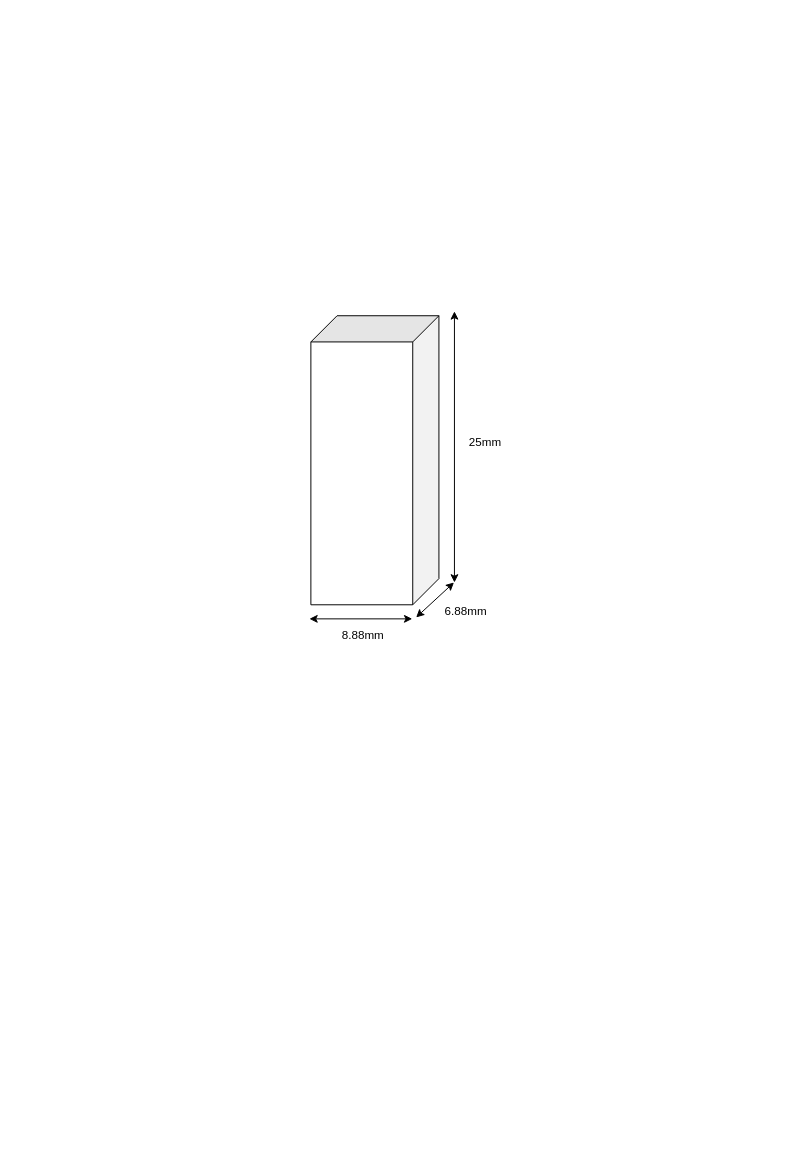
The draw.io diagram S331_MAGNET.drawio in svija/pubsub, before the edit. Source tidied: cells renumbered, new cells numbered last; positions are measured from the earlier drawing's top-left corner, leaving out a move shared by most shapes. Both pictures are drawn from the tidied source at 97%, with x=0, y=0 at pixel (230, 311).
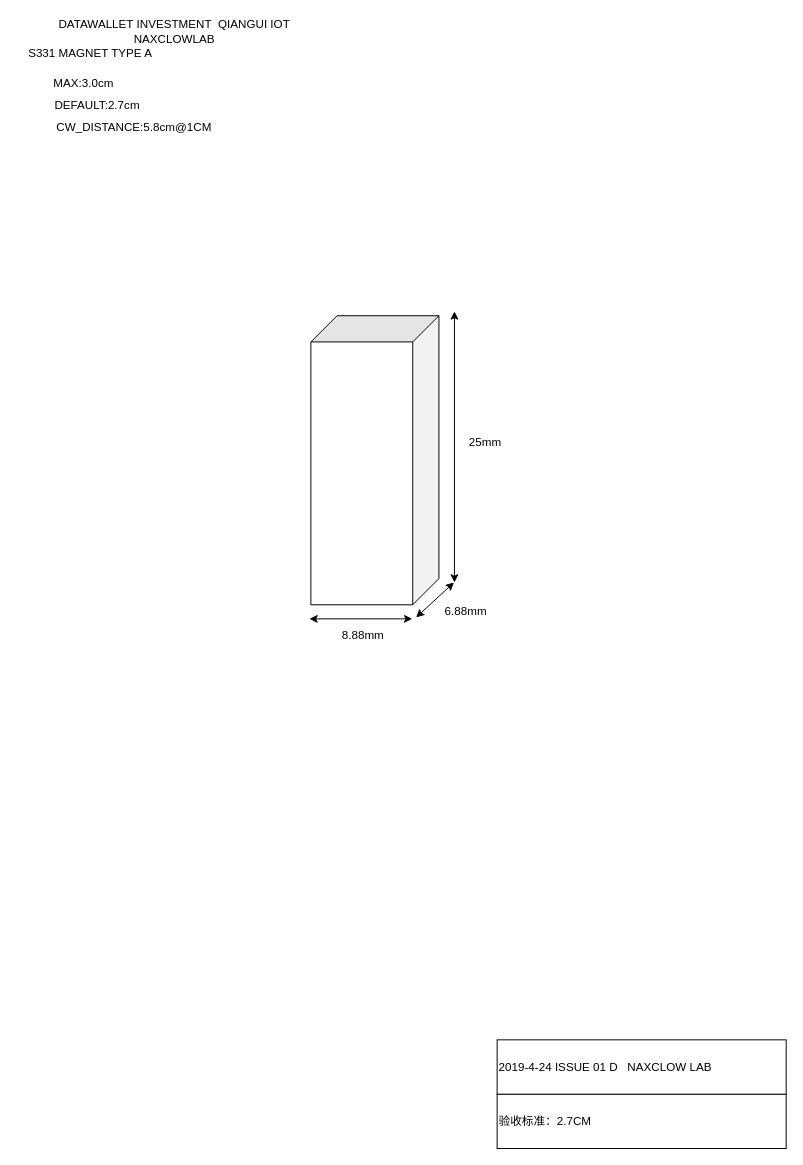
The same page after the edit.

Change to the diagram source:
```diff
@@
 <mxGraphModel background="#ffffff">
   <root>
     <mxCell id="0" />
     <mxCell id="1" parent="0" />
     <mxCell id="2" style="shape=cube;whiteSpace=wrap;html=1;boundedLbl=1;backgroundOutline=1;darkOpacity=0.05;darkOpacity2=0.1;rotation=90;size=27;" parent="1" vertex="1">
       <mxGeometry y="87" width="298" height="132" as="geometry" />
     </mxCell>
     <mxCell id="3" style="endArrow=classic;startArrow=classic;html=1;" parent="1" edge="1">
       <mxGeometry relative="1" as="geometry">
         <mxPoint x="81.5" y="316.5" as="sourcePoint" />
         <mxPoint x="187.5" y="316.5" as="targetPoint" />
       </mxGeometry>
     </mxCell>
     <mxCell id="4" style="endArrow=classic;startArrow=classic;html=1;" parent="1" edge="1">
       <mxGeometry relative="1" as="geometry">
         <mxPoint x="191.5" y="315" as="sourcePoint" />
         <mxPoint x="230.5" y="279" as="targetPoint" />
       </mxGeometry>
     </mxCell>
     <mxCell id="5" style="endArrow=classic;startArrow=classic;html=1;" parent="1" edge="1">
       <mxGeometry relative="1" as="geometry">
         <mxPoint x="231" y="279" as="sourcePoint" />
         <mxPoint x="231" y="-0.5" as="targetPoint" />
       </mxGeometry>
     </mxCell>
     <mxCell id="6" value="8.88mm" style="text;html=1;strokeColor=none;fillColor=none;align=center;verticalAlign=middle;whiteSpace=wrap;rounded=0;" parent="1" vertex="1">
       <mxGeometry x="117" y="324" width="40" height="20" as="geometry" />
     </mxCell>
     <mxCell id="7" value="6.88mm" style="text;html=1;strokeColor=none;fillColor=none;align=center;verticalAlign=middle;whiteSpace=wrap;rounded=0;" parent="1" vertex="1">
       <mxGeometry x="222.5" y="299" width="40" height="20" as="geometry" />
     </mxCell>
     <mxCell id="8" value="25mm" style="text;html=1;strokeColor=none;fillColor=none;align=center;verticalAlign=middle;whiteSpace=wrap;rounded=0;" parent="1" vertex="1">
       <mxGeometry x="242.5" y="125" width="40" height="20" as="geometry" />
     </mxCell>
+    <mxCell id="9" value="DATAWALLET INVESTMENT&amp;nbsp; QIANGUI IOT NAXCLOWLAB" style="text;html=1;strokeColor=none;fillColor=none;align=center;verticalAlign=middle;whiteSpace=wrap;rounded=0;" parent="1" vertex="1">
+      <mxGeometry x="-220" y="-293.5" width="325" height="8" as="geometry" />
+    </mxCell>
+    <mxCell id="10" value="S331 MAGNET TYPE A" style="text;html=1;strokeColor=none;fillColor=none;align=left;verticalAlign=middle;whiteSpace=wrap;rounded=0;" parent="1" vertex="1">
+      <mxGeometry x="-210" y="-270" width="325" height="8" as="geometry" />
+    </mxCell>
+    <mxCell id="11" value="MAX:3.0cm" style="text;html=1;strokeColor=none;fillColor=none;align=center;verticalAlign=middle;whiteSpace=wrap;rounded=0;" parent="1" vertex="1">
+      <mxGeometry x="-210" y="-246.5" width="118" height="23" as="geometry" />
+    </mxCell>
+    <mxCell id="12" value="DEFAULT:2.7cm" style="text;html=1;strokeColor=none;fillColor=none;align=center;verticalAlign=middle;whiteSpace=wrap;rounded=0;" parent="1" vertex="1">
+      <mxGeometry x="-196" y="-225" width="118" height="23" as="geometry" />
+    </mxCell>
+    <mxCell id="13" value="CW_DISTANCE:5.8cm@1CM" style="text;html=1;strokeColor=none;fillColor=none;align=center;verticalAlign=middle;whiteSpace=wrap;rounded=0;" parent="1" vertex="1">
+      <mxGeometry x="-183" y="-201.5" width="168" height="23" as="geometry" />
+    </mxCell>
+    <mxCell id="14" value="验收标准：2.7CM&amp;nbsp;" style="rounded=0;whiteSpace=wrap;html=1;align=left;" parent="1" vertex="1">
+      <mxGeometry x="275" y="806.5" width="298" height="56" as="geometry" />
+    </mxCell>
+    <mxCell id="15" value="2019-4-24 ISSUE 01 D&amp;nbsp; &amp;nbsp;NAXCLOW LAB" style="rounded=0;whiteSpace=wrap;html=1;align=left;" parent="1" vertex="1">
+      <mxGeometry x="275" y="750.5" width="298" height="56" as="geometry" />
+    </mxCell>
   </root>
 </mxGraphModel>
```
